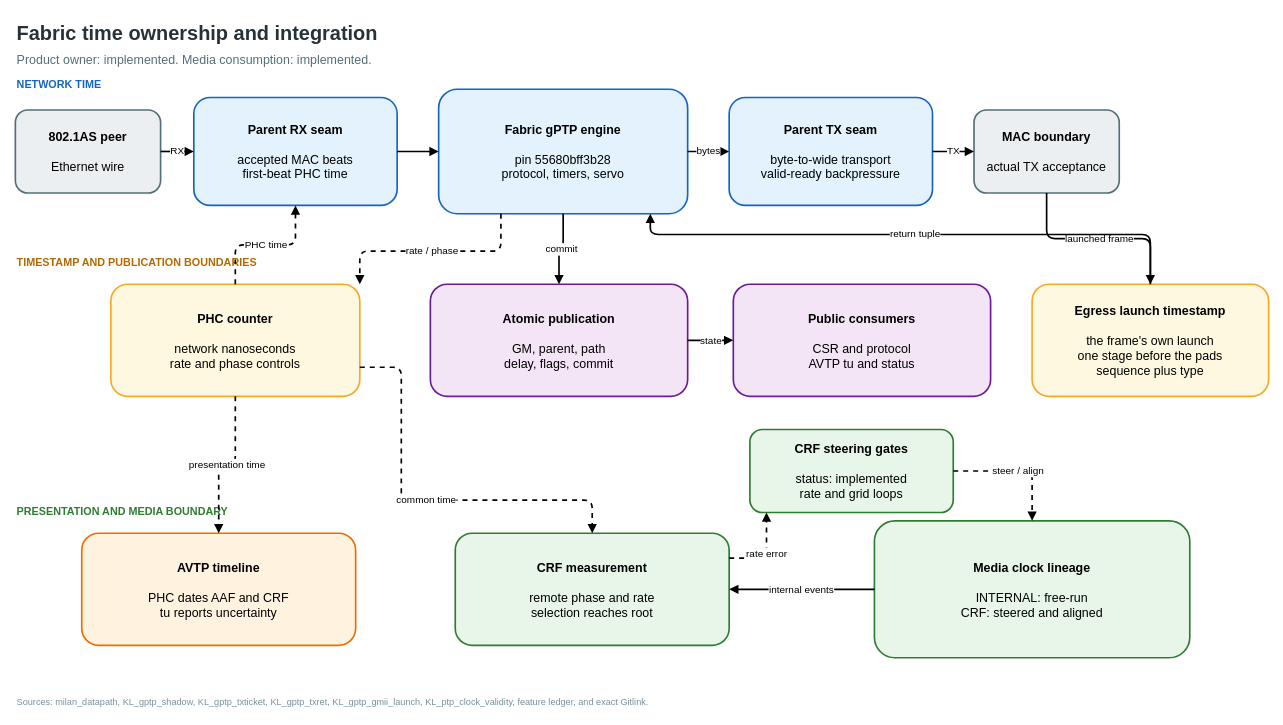
Above: docs/diagrams/timesync_chain.drawio in kebag-logic/milan-fpga (draw.io), before the change. Source tidied: cells renumbered, new cells numbered last; positions are measured from the earlier drawing's top-left corner, leaving out a move shared by most shapes. Both pictures are drawn from the tidied source at 83%, with x=0, y=0 at pixel (15, 14).
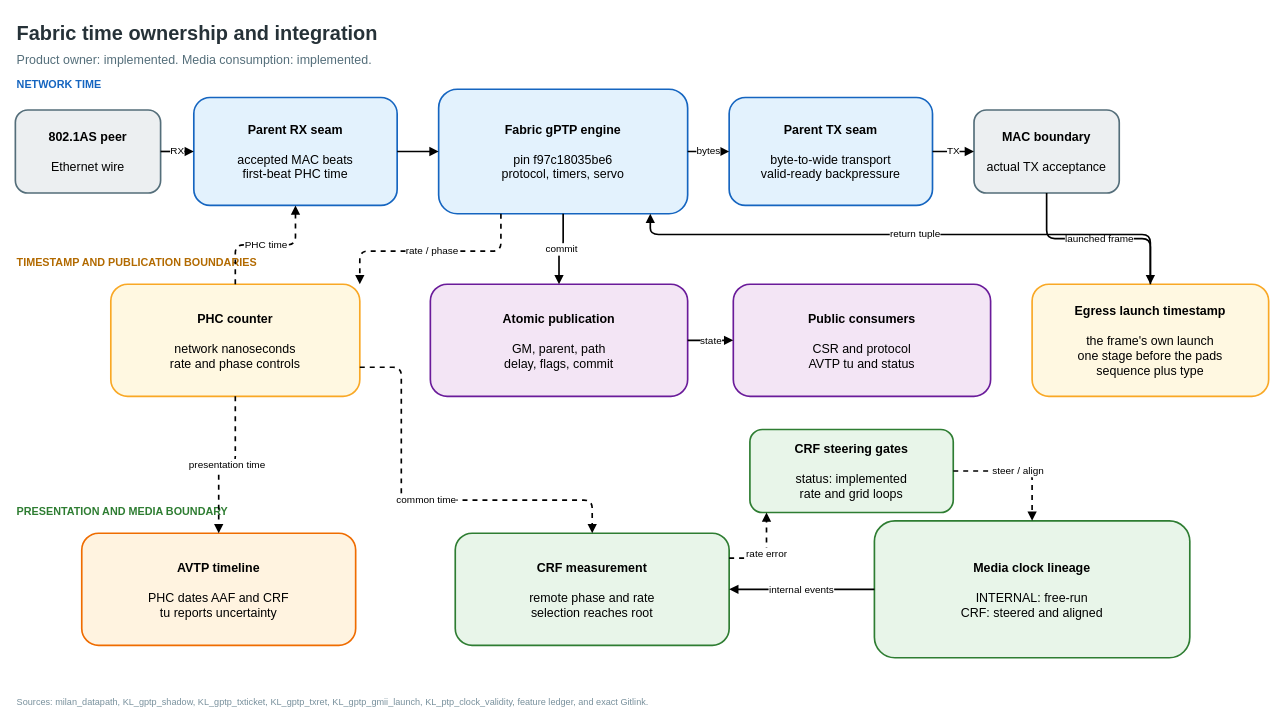
Above is the later version.

Change to the diagram source:
```diff
@@
-    <mxCell id="10" value="&lt;b&gt;Fabric gPTP engine&lt;/b&gt;&lt;br&gt;&lt;br&gt;pin 55680bff3b28&lt;br&gt;protocol, timers, servo" style="rounded=1;whiteSpace=wrap;html=1;verticalAlign=middle;align=center;fontSize=15;strokeWidth=2;fillColor=#E3F2FD;strokeColor=#1565C0;" parent="1" vertex="1">
+    <mxCell id="10" value="&lt;b&gt;Fabric gPTP engine&lt;/b&gt;&lt;br&gt;&lt;br&gt;pin f97c18035be6&lt;br&gt;protocol, timers, servo" style="rounded=1;whiteSpace=wrap;html=1;verticalAlign=middle;align=center;fontSize=15;strokeWidth=2;fillColor=#E3F2FD;strokeColor=#1565C0;" parent="1" vertex="1">
       <mxGeometry x="510" y="90" width="300" height="150" as="geometry" />
     </mxCell>
```
